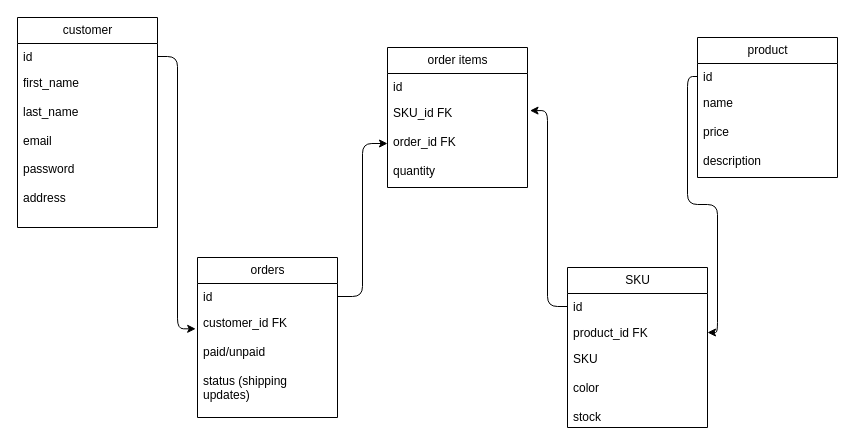
Earlier version of the draw.io diagram models.drawio (arbitrary-berry/brooksong-redesign). Source tidied: cells renumbered, new cells numbered last; positions are measured from the earlier drawing's top-left corner, leaving out a move shared by most shapes. Both pictures are drawn from the tidied source at 100%, with x=0, y=0 at pixel (17, 17).
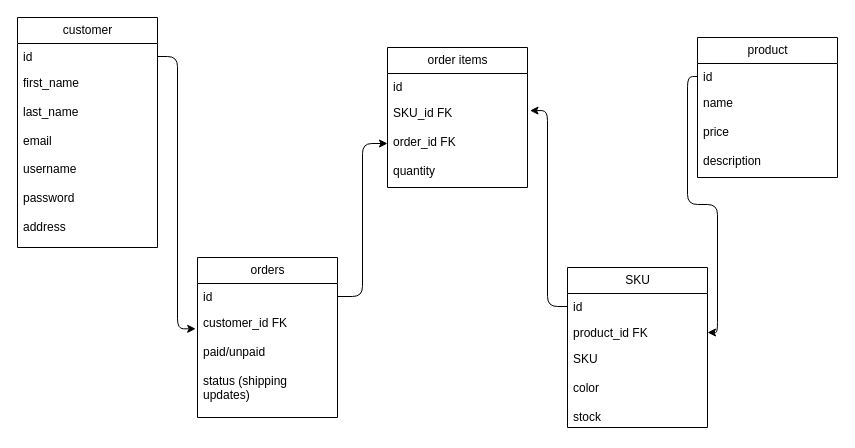
The same diagram, later.

The edit, as a diff of the source:
```diff
@@
     <mxCell id="2" value="customer" style="swimlane;fontStyle=0;horizontal=1;startSize=26;fillColor=none;html=1;" parent="1" vertex="1">
-      <mxGeometry width="140" height="210" as="geometry" />
+      <mxGeometry width="140" height="230" as="geometry" />
     </mxCell>
@@
-    <mxCell id="4" value="first_name&lt;br&gt;&lt;br&gt;last_name&lt;br&gt;&lt;br&gt;email&lt;br&gt;&lt;br&gt;password&lt;br&gt;&lt;br&gt;address" style="text;strokeColor=none;fillColor=none;align=left;verticalAlign=top;spacingLeft=4;spacingRight=4;overflow=hidden;whiteSpace=wrap;html=1;" parent="2" vertex="1">
-      <mxGeometry y="52" width="140" height="158" as="geometry" />
+    <mxCell id="4" value="first_name&lt;br&gt;&lt;br&gt;last_name&lt;br&gt;&lt;br&gt;email&lt;br&gt;&lt;br&gt;username&lt;br&gt;&lt;br&gt;password&lt;br&gt;&lt;br&gt;address" style="text;strokeColor=none;fillColor=none;align=left;verticalAlign=top;spacingLeft=4;spacingRight=4;overflow=hidden;whiteSpace=wrap;html=1;" parent="2" vertex="1">
+      <mxGeometry y="52" width="140" height="178" as="geometry" />
     </mxCell>
```
